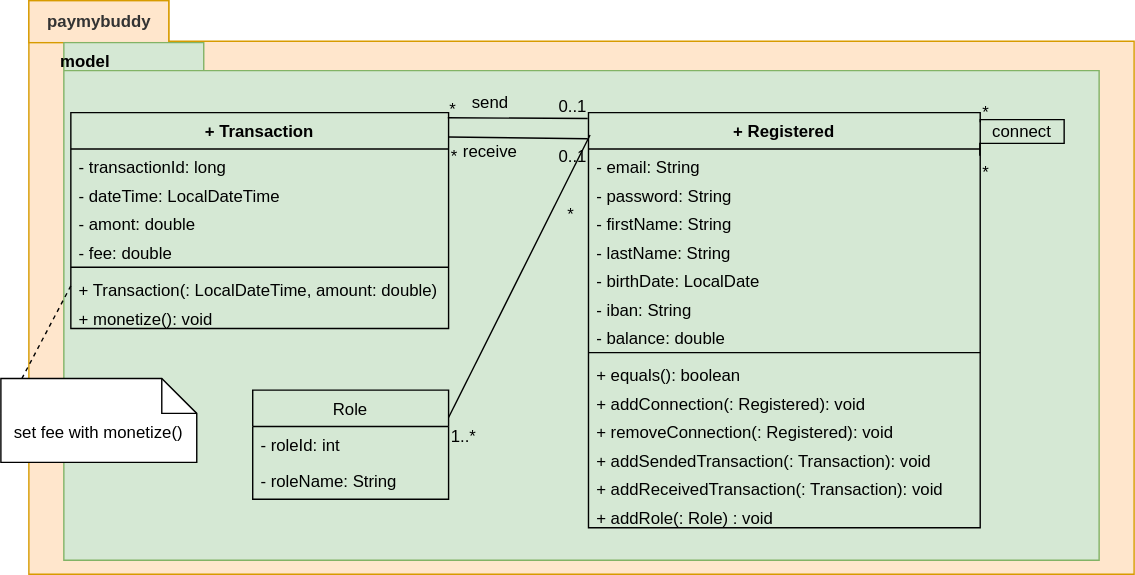
Above: UML/payMyBuddyUML-ModelClasses.svg in emmo78/com.paymybuddy.paymybuddy (draw.io), before the change. Source tidied: cells renumbered, new cells last; positions are measured from the earlier drawing's top-left corner, leaving out a move shared by most shapes.
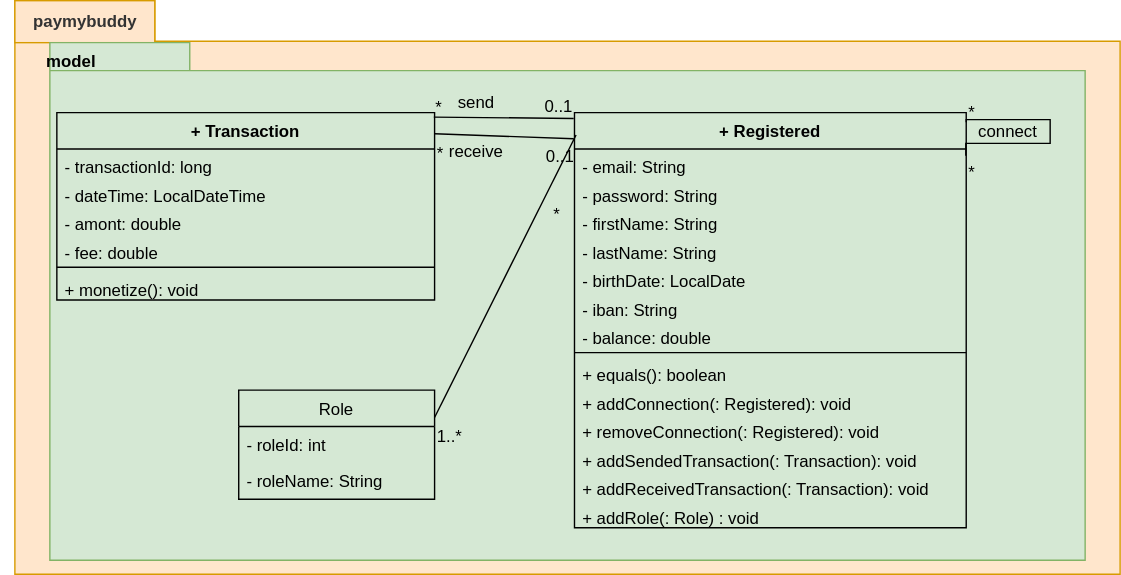
The same diagram one commit later.

Change to the diagram source:
```diff
@@ -60,7 +60,7 @@
       <mxGeometry y="276.4" width="280" height="20.3" as="geometry" />
     </mxCell>
     <mxCell id="21" value="+ Transaction" style="swimlane;fontStyle=1;align=center;verticalAlign=top;horizontal=1;startSize=26;fillColor=#d5e8d4;strokeColor=#000000;" parent="1" vertex="1">
-      <mxGeometry x="50" y="80" width="270" height="154.3" as="geometry" />
+      <mxGeometry x="50" y="80" width="270" height="134" as="geometry" />
     </mxCell>
     <mxCell id="22" value="- transactionId: long" style="text;strokeColor=none;fillColor=none;align=left;verticalAlign=top;spacingLeft=4;spacingRight=4;overflow=hidden;" parent="21" vertex="1">
       <mxGeometry y="26" width="270" height="20.3" as="geometry" />
@@ -77,11 +77,8 @@
     <mxCell id="26" style="line;strokeWidth=1;fillColor=none;align=left;verticalAlign=middle;spacingTop=-1;spacingLeft=3;spacingRight=3;labelPosition=right;" parent="21" vertex="1">
       <mxGeometry y="107.4" width="270" height="6.3" as="geometry" />
     </mxCell>
-    <mxCell id="27" value="+ Transaction(: LocalDateTime, amount: double)" style="text;strokeColor=none;fillColor=none;align=left;verticalAlign=top;spacingLeft=4;spacingRight=4;overflow=hidden;points=[[0,0.5],[1,0.5]];portConstraint=eastwest;" parent="21" vertex="1">
-      <mxGeometry y="113.6" width="270" height="20.3" as="geometry" />
-    </mxCell>
     <mxCell id="28" value="+ monetize(): void" style="text;strokeColor=none;fillColor=none;align=left;verticalAlign=top;spacingLeft=4;spacingRight=4;overflow=hidden;" parent="21" vertex="1">
-      <mxGeometry y="134" width="270" height="20.3" as="geometry" />
+      <mxGeometry y="113.6" width="270" height="20.3" as="geometry" />
     </mxCell>
     <mxCell id="29" value="send" style="text;html=1;strokeColor=none;fillColor=none;align=center;verticalAlign=middle;whiteSpace=wrap;rounded=0;" parent="1" vertex="1">
       <mxGeometry x="320" y="65" width="60" height="15" as="geometry" />
@@ -134,12 +131,6 @@
     <mxCell id="40" value="receive" style="text;html=1;strokeColor=none;fillColor=none;align=center;verticalAlign=middle;whiteSpace=wrap;rounded=0;" parent="1" vertex="1">
       <mxGeometry x="320" y="100" width="60" height="15" as="geometry" />
     </mxCell>
-    <mxCell id="41" value="set fee with monetize()" style="shape=note2;boundedLbl=1;whiteSpace=wrap;html=1;size=25;verticalAlign=top;align=center;" parent="1" vertex="1">
-      <mxGeometry y="270" width="140" height="60" as="geometry" />
-    </mxCell>
-    <mxCell id="42" style="endArrow=none;dashed=1;html=1;rounded=0;exitX=0;exitY=0.5;exitDx=0;exitDy=0;entryX=0.1;entryY=0.033;entryDx=0;entryDy=0;entryPerimeter=0;" parent="1" edge="1" source="27" target="41">
-      <mxGeometry relative="1" as="geometry" />
-    </mxCell>
     <mxCell id="43" value="Role" style="swimlane;fontStyle=0;horizontal=1;startSize=26;fillColor=none;" parent="1" vertex="1">
       <mxGeometry x="180" y="278.4" width="140" height="78" as="geometry" />
     </mxCell>
```
